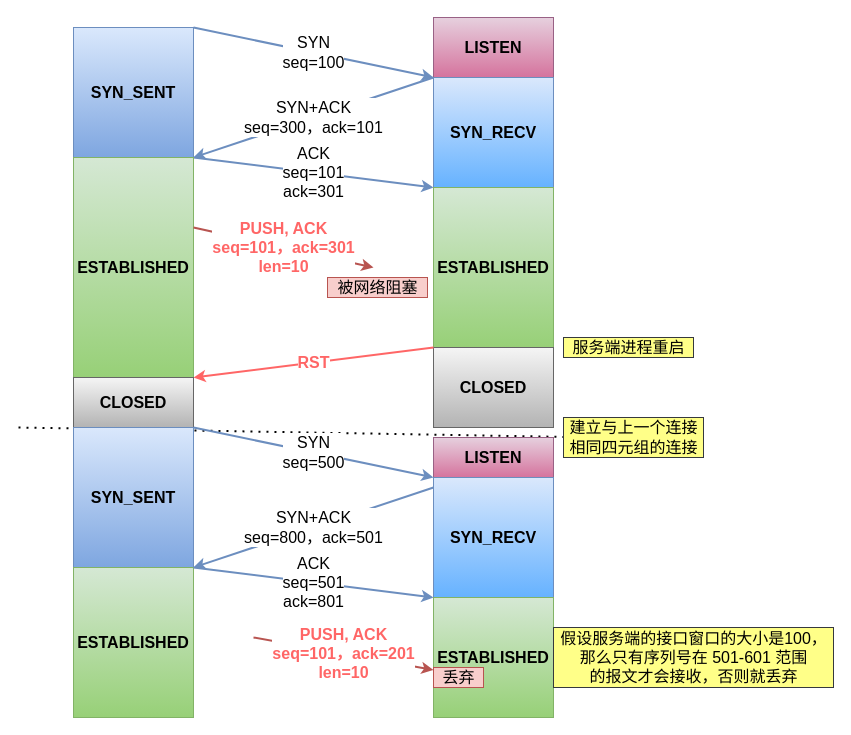
Before: 网络/isn不相同.drawio in xiaolincoder/ImageHost4, a draw.io diagram. Source tidied: cells renumbered, new cells numbered last; positions are measured from the earlier drawing's top-left corner, leaving out a move shared by most shapes. Both pictures are drawn from the tidied source at 100%, with x=0, y=0 at pixel (18, 17).
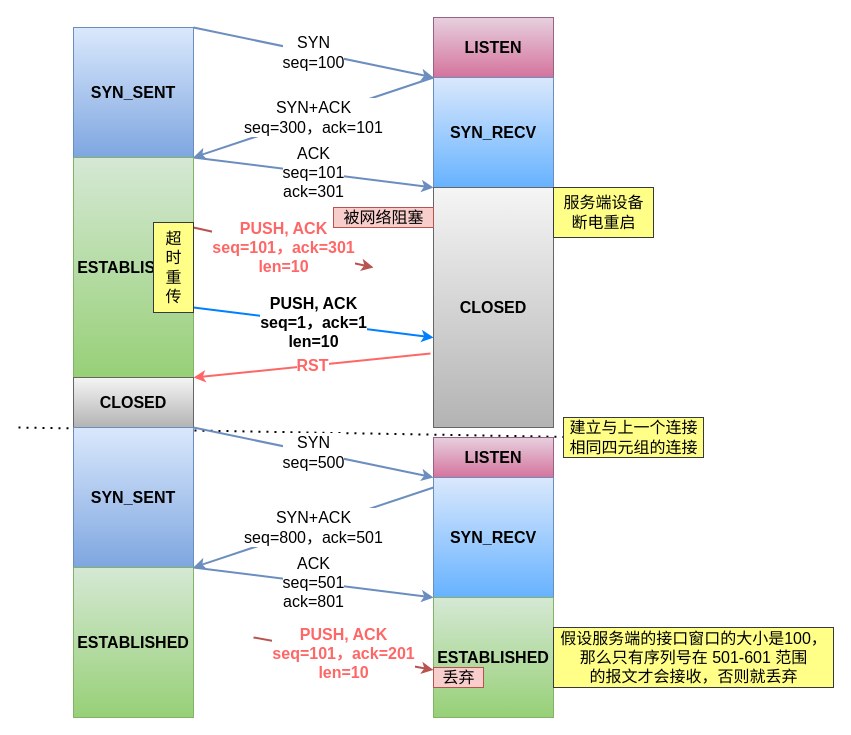
After the change.

Commit message:
更新isn不相同.drawio

The change refers to these unchanged cells:
```xml
<mxCell id="8" value="&lt;span style=&quot;font-weight: 700;&quot;&gt;ESTABLISHED&lt;/span&gt;" style="rounded=0;whiteSpace=wrap;html=1;fontSize=16;fontFamily=Helvetica;fillColor=#d5e8d4;strokeColor=#82b366;gradientColor=#97d077;" parent="1" vertex="1">
  <mxGeometry x="55" y="140" width="120" height="220" as="geometry" />
</mxCell>
<mxCell id="15" value="CLOSED" style="rounded=0;whiteSpace=wrap;html=1;fontSize=16;fontStyle=1;fillColor=#f5f5f5;strokeColor=#666666;gradientColor=#b3b3b3;" parent="1" vertex="1">
  <mxGeometry x="55" y="360" width="120" height="50" as="geometry" />
</mxCell>
```

Diff of the diagram source:
```diff
@@
-    <mxCell id="7" value="ACK&lt;br&gt;seq=101&lt;br&gt;ack=301" style="edgeStyle=none;rounded=0;jettySize=auto;html=1;entryX=0;entryY=0;entryDx=0;entryDy=0;fontFamily=Helvetica;fontSize=16;exitX=1;exitY=0;exitDx=0;exitDy=0;fillColor=#dae8fc;gradientColor=#7ea6e0;strokeColor=#6c8ebf;strokeWidth=2;" parent="1" edge="1" source="8" target="9">
-      <mxGeometry relative="1" as="geometry" />
+    <mxCell id="7" value="ACK&lt;br&gt;seq=101&lt;br&gt;ack=301" style="edgeStyle=none;rounded=0;jettySize=auto;html=1;entryX=0;entryY=0;entryDx=0;entryDy=0;fontFamily=Helvetica;fontSize=16;exitX=1;exitY=0;exitDx=0;exitDy=0;fillColor=#dae8fc;gradientColor=#7ea6e0;strokeColor=#6c8ebf;strokeWidth=2;" parent="1" edge="1" source="8">
+      <mxGeometry relative="1" as="geometry">
+        <mxPoint x="415" y="170" as="targetPoint" />
+      </mxGeometry>
     </mxCell>
@@
-    <mxCell id="9" value="&lt;span style=&quot;font-weight: 700;&quot;&gt;ESTABLISHED&lt;/span&gt;" style="rounded=0;whiteSpace=wrap;html=1;fontSize=16;fontFamily=Helvetica;fillColor=#d5e8d4;strokeColor=#82b366;gradientColor=#97d077;" parent="1" vertex="1">
-      <mxGeometry x="415" y="170" width="120" height="160" as="geometry" />
-    </mxCell>
@@
     <mxCell id="13" value="CLOSED" style="rounded=0;whiteSpace=wrap;html=1;fontSize=16;fontStyle=1;fillColor=#f5f5f5;strokeColor=#666666;gradientColor=#b3b3b3;" parent="1" vertex="1">
-      <mxGeometry x="415" y="330" width="120" height="80" as="geometry" />
+      <mxGeometry x="415" y="170" width="120" height="240" as="geometry" />
     </mxCell>
-    <mxCell id="14" value="RST" style="rounded=0;jettySize=auto;html=1;fontSize=16;exitX=0;exitY=0;exitDx=0;exitDy=0;fillColor=#f8cecc;strokeColor=#FF6666;strokeWidth=2;fontColor=#FF6666;fontStyle=1;entryX=1;entryY=0;entryDx=0;entryDy=0;" parent="1" edge="1" source="13" target="15">
+    <mxCell id="14" value="RST" style="rounded=0;jettySize=auto;html=1;fontSize=16;exitX=-0.025;exitY=0.692;exitDx=0;exitDy=0;fillColor=#f8cecc;strokeColor=#FF6666;strokeWidth=2;fontColor=#FF6666;fontStyle=1;entryX=1;entryY=0;entryDx=0;entryDy=0;exitPerimeter=0;" parent="1" edge="1" source="13" target="15">
       <mxGeometry relative="1" as="geometry" />
     </mxCell>
@@
     <mxCell id="25" value="被网络阻塞" style="text;html=1;align=center;verticalAlign=middle;strokeColor=#b85450;fillColor=#f8cecc;fontSize=16;" parent="1" vertex="1">
-      <mxGeometry x="309" y="260" width="100" height="20" as="geometry" />
+      <mxGeometry x="315" y="190" width="100" height="20" as="geometry" />
     </mxCell>
@@
-    <mxCell id="27" value="服务端进程重启" style="text;html=1;align=center;verticalAlign=middle;strokeColor=#36393d;fillColor=#ffff88;fontSize=16;fontFamily=Helvetica;" parent="1" vertex="1">
-      <mxGeometry x="545" y="320" width="130" height="20" as="geometry" />
-    </mxCell>
@@
+    <mxCell id="29" value="&lt;b style=&quot;&quot;&gt;PUSH, ACK&lt;br&gt;seq=1，ack=1&lt;br&gt;len=10&lt;/b&gt;" style="edgeStyle=none;rounded=0;orthogonalLoop=1;jettySize=auto;html=1;fontFamily=Helvetica;fontSize=16;exitX=1;exitY=0;exitDx=0;exitDy=0;fillColor=#f8cecc;strokeColor=#007FFF;strokeWidth=2;entryX=0;entryY=0.5;entryDx=0;entryDy=0;" parent="1" edge="1">
+      <mxGeometry relative="1" as="geometry">
+        <mxPoint x="175" y="290" as="sourcePoint" />
+        <mxPoint x="415" y="320" as="targetPoint" />
+      </mxGeometry>
+    </mxCell>
+    <mxCell id="30" value="超&lt;br&gt;时&lt;br&gt;重&lt;br&gt;传" style="text;html=1;align=center;verticalAlign=middle;strokeColor=#36393d;fillColor=#ffff88;fontSize=16;fontFamily=Helvetica;" parent="1" vertex="1">
+      <mxGeometry x="135" y="205" width="40" height="90" as="geometry" />
+    </mxCell>
+    <mxCell id="31" value="服务端设备&lt;br&gt;断电重启" style="text;html=1;align=center;verticalAlign=middle;strokeColor=#36393d;fillColor=#ffff88;fontSize=16;fontFamily=Helvetica;" parent="1" vertex="1">
+      <mxGeometry x="535" y="170" width="100" height="50" as="geometry" />
+    </mxCell>
```
